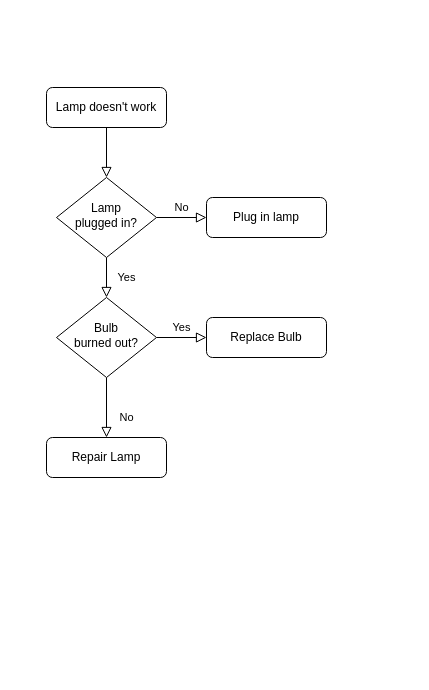
Above: okta.drawio in DThadch/draw (draw.io), before the change. Source tidied: cells renumbered, new cells numbered last; positions are measured from the earlier drawing's top-left corner, leaving out a move shared by most shapes. Both pictures are drawn from the tidied source at 100%, with x=0, y=0 at pixel (46, 87).
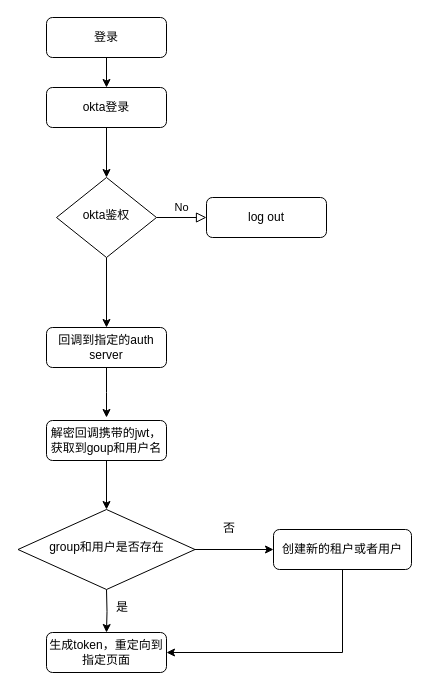
The same diagram, later.

What changed in the source:
```diff
@@
-    <mxCell id="2" style="rounded=0;html=1;jettySize=auto;fontSize=11;endArrow=block;endFill=0;endSize=8;strokeWidth=1;shadow=0;labelBackgroundColor=none;edgeStyle=orthogonalEdgeStyle;" parent="1" edge="1" source="3" target="6">
+    <mxCell id="2" style="edgeStyle=orthogonalEdgeStyle;rounded=0;jettySize=auto;html=1;exitX=0.5;exitY=1;exitDx=0;exitDy=0;entryX=0.5;entryY=0;entryDx=0;entryDy=0;" parent="1" edge="1" source="3" target="6">
       <mxGeometry relative="1" as="geometry" />
     </mxCell>
-    <mxCell id="3" value="Lamp doesn't work" style="rounded=1;whiteSpace=wrap;html=1;fontSize=12;glass=0;strokeWidth=1;shadow=0;" parent="1" vertex="1">
+    <mxCell id="3" value="okta登录" style="rounded=1;whiteSpace=wrap;html=1;fontSize=12;glass=0;strokeWidth=1;shadow=0;" parent="1" vertex="1">
       <mxGeometry width="120" height="40" as="geometry" />
     </mxCell>
-    <mxCell id="4" value="Yes" style="rounded=0;html=1;jettySize=auto;fontSize=11;endArrow=block;endFill=0;endSize=8;strokeWidth=1;shadow=0;labelBackgroundColor=none;edgeStyle=orthogonalEdgeStyle;" parent="1" edge="1" source="6" target="10">
-      <mxGeometry y="20" relative="1" as="geometry" />
-    </mxCell>
@@
+    <mxCell id="13" style="edgeStyle=orthogonalEdgeStyle;rounded=0;jettySize=auto;html=1;exitX=0.5;exitY=1;exitDx=0;exitDy=0;entryX=0.5;entryY=0;entryDx=0;entryDy=0;" parent="1" edge="1" source="6" target="17">
+      <mxGeometry relative="1" as="geometry" />
+    </mxCell>
-    <mxCell id="6" value="Lamp&lt;br&gt;plugged in?" style="rhombus;whiteSpace=wrap;html=1;shadow=0;fontFamily=Helvetica;fontSize=12;align=center;strokeWidth=1;spacing=6;spacingTop=-4;" parent="1" vertex="1">
+    <mxCell id="6" value="okta鉴权" style="rhombus;whiteSpace=wrap;html=1;shadow=0;fontFamily=Helvetica;fontSize=12;align=center;strokeWidth=1;spacing=6;spacingTop=-4;" parent="1" vertex="1">
       <mxGeometry x="10" y="90" width="100" height="80" as="geometry" />
     </mxCell>
-    <mxCell id="7" value="Plug in lamp" style="rounded=1;whiteSpace=wrap;html=1;fontSize=12;glass=0;strokeWidth=1;shadow=0;" parent="1" vertex="1">
+    <mxCell id="7" value="log out" style="rounded=1;whiteSpace=wrap;html=1;fontSize=12;glass=0;strokeWidth=1;shadow=0;" parent="1" vertex="1">
       <mxGeometry x="160" y="110" width="120" height="40" as="geometry" />
     </mxCell>
-    <mxCell id="8" value="No" style="rounded=0;html=1;jettySize=auto;fontSize=11;endArrow=block;endFill=0;endSize=8;strokeWidth=1;shadow=0;labelBackgroundColor=none;edgeStyle=orthogonalEdgeStyle;" parent="1" edge="1" source="10" target="11">
-      <mxGeometry x="0.33" y="20" relative="1" as="geometry" />
-    </mxCell>
-    <mxCell id="9" value="Yes" style="edgeStyle=orthogonalEdgeStyle;rounded=0;html=1;jettySize=auto;fontSize=11;endArrow=block;endFill=0;endSize=8;strokeWidth=1;shadow=0;labelBackgroundColor=none;" parent="1" edge="1" source="10" target="12">
-      <mxGeometry y="10" relative="1" as="geometry" />
-    </mxCell>
-    <mxCell id="10" value="Bulb&lt;br&gt;burned out?" style="rhombus;whiteSpace=wrap;html=1;shadow=0;fontFamily=Helvetica;fontSize=12;align=center;strokeWidth=1;spacing=6;spacingTop=-4;" parent="1" vertex="1">
-      <mxGeometry x="10" y="210" width="100" height="80" as="geometry" />
-    </mxCell>
-    <mxCell id="11" value="Repair Lamp" style="rounded=1;whiteSpace=wrap;html=1;fontSize=12;glass=0;strokeWidth=1;shadow=0;" parent="1" vertex="1">
-      <mxGeometry y="350" width="120" height="40" as="geometry" />
+    <mxCell id="11" value="生成token，重定向到指定页面" style="rounded=1;whiteSpace=wrap;html=1;fontSize=12;glass=0;strokeWidth=1;shadow=0;" parent="1" vertex="1">
+      <mxGeometry y="545" width="120" height="40" as="geometry" />
     </mxCell>
-    <mxCell id="12" value="Replace Bulb" style="rounded=1;whiteSpace=wrap;html=1;fontSize=12;glass=0;strokeWidth=1;shadow=0;" parent="1" vertex="1">
-      <mxGeometry x="160" y="230" width="120" height="40" as="geometry" />
-    </mxCell>
+    <mxCell id="14" style="edgeStyle=orthogonalEdgeStyle;rounded=0;jettySize=auto;html=1;exitX=0.5;exitY=1;exitDx=0;exitDy=0;entryX=0.5;entryY=0;entryDx=0;entryDy=0;" parent="1" edge="1" source="15" target="3">
+      <mxGeometry relative="1" as="geometry" />
+    </mxCell>
+    <mxCell id="15" value="登录" style="rounded=1;whiteSpace=wrap;html=1;fontSize=12;glass=0;strokeWidth=1;shadow=0;" parent="1" vertex="1">
+      <mxGeometry y="-70" width="120" height="40" as="geometry" />
+    </mxCell>
+    <mxCell id="16" style="edgeStyle=orthogonalEdgeStyle;rounded=0;jettySize=auto;html=1;exitX=0.5;exitY=1;exitDx=0;exitDy=0;entryX=0.5;entryY=0;entryDx=0;entryDy=0;" parent="1" edge="1" source="17">
+      <mxGeometry relative="1" as="geometry">
+        <mxPoint x="60" y="330" as="targetPoint" />
+      </mxGeometry>
+    </mxCell>
+    <mxCell id="17" value="回调到指定的auth server" style="rounded=1;whiteSpace=wrap;html=1;fontSize=12;glass=0;strokeWidth=1;shadow=0;" parent="1" vertex="1">
+      <mxGeometry y="240" width="120" height="40" as="geometry" />
+    </mxCell>
+    <mxCell id="18" style="edgeStyle=orthogonalEdgeStyle;rounded=0;jettySize=auto;html=1;exitX=0.5;exitY=1;exitDx=0;exitDy=0;entryX=0.5;entryY=0;entryDx=0;entryDy=0;" parent="1" edge="1" target="11">
+      <mxGeometry relative="1" as="geometry">
+        <mxPoint x="60" y="502" as="sourcePoint" />
+      </mxGeometry>
+    </mxCell>
+    <mxCell id="19" style="edgeStyle=orthogonalEdgeStyle;rounded=0;jettySize=auto;html=1;exitX=0.5;exitY=1;exitDx=0;exitDy=0;entryX=0.5;entryY=0;entryDx=0;entryDy=0;" parent="1" edge="1" source="20" target="22">
+      <mxGeometry relative="1" as="geometry" />
+    </mxCell>
+    <mxCell id="20" value="解密回调携带的jwt，获取到goup和用户名" style="rounded=1;whiteSpace=wrap;html=1;fontSize=12;glass=0;strokeWidth=1;shadow=0;" parent="1" vertex="1">
+      <mxGeometry y="333" width="120" height="40" as="geometry" />
+    </mxCell>
+    <mxCell id="21" style="edgeStyle=orthogonalEdgeStyle;rounded=0;jettySize=auto;html=1;exitX=1;exitY=0.5;exitDx=0;exitDy=0;" parent="1" edge="1" source="22" target="26">
+      <mxGeometry relative="1" as="geometry" />
+    </mxCell>
+    <mxCell id="22" value="group和用户是否存在" style="rhombus;whiteSpace=wrap;html=1;shadow=0;fontFamily=Helvetica;fontSize=12;align=center;strokeWidth=1;spacing=6;spacingTop=-4;" parent="1" vertex="1">
+      <mxGeometry x="-28.5" y="422" width="177" height="80" as="geometry" />
+    </mxCell>
+    <mxCell id="23" value="是" style="text;html=1;strokeColor=none;fillColor=none;align=center;verticalAlign=middle;whiteSpace=wrap;rounded=0;" parent="1" vertex="1">
+      <mxGeometry x="46" y="505" width="60" height="30" as="geometry" />
+    </mxCell>
+    <mxCell id="24" value="否" style="text;html=1;strokeColor=none;fillColor=none;align=center;verticalAlign=middle;whiteSpace=wrap;rounded=0;" parent="1" vertex="1">
+      <mxGeometry x="153" y="426" width="60" height="30" as="geometry" />
+    </mxCell>
+    <mxCell id="25" style="edgeStyle=orthogonalEdgeStyle;rounded=0;jettySize=auto;html=1;exitX=0.5;exitY=1;exitDx=0;exitDy=0;entryX=1;entryY=0.5;entryDx=0;entryDy=0;" parent="1" edge="1" source="26" target="11">
+      <mxGeometry relative="1" as="geometry" />
+    </mxCell>
+    <mxCell id="26" value="创建新的租户或者用户" style="rounded=1;whiteSpace=wrap;html=1;fontSize=12;glass=0;strokeWidth=1;shadow=0;" parent="1" vertex="1">
+      <mxGeometry x="227" y="442" width="138" height="40" as="geometry" />
+    </mxCell>
```
